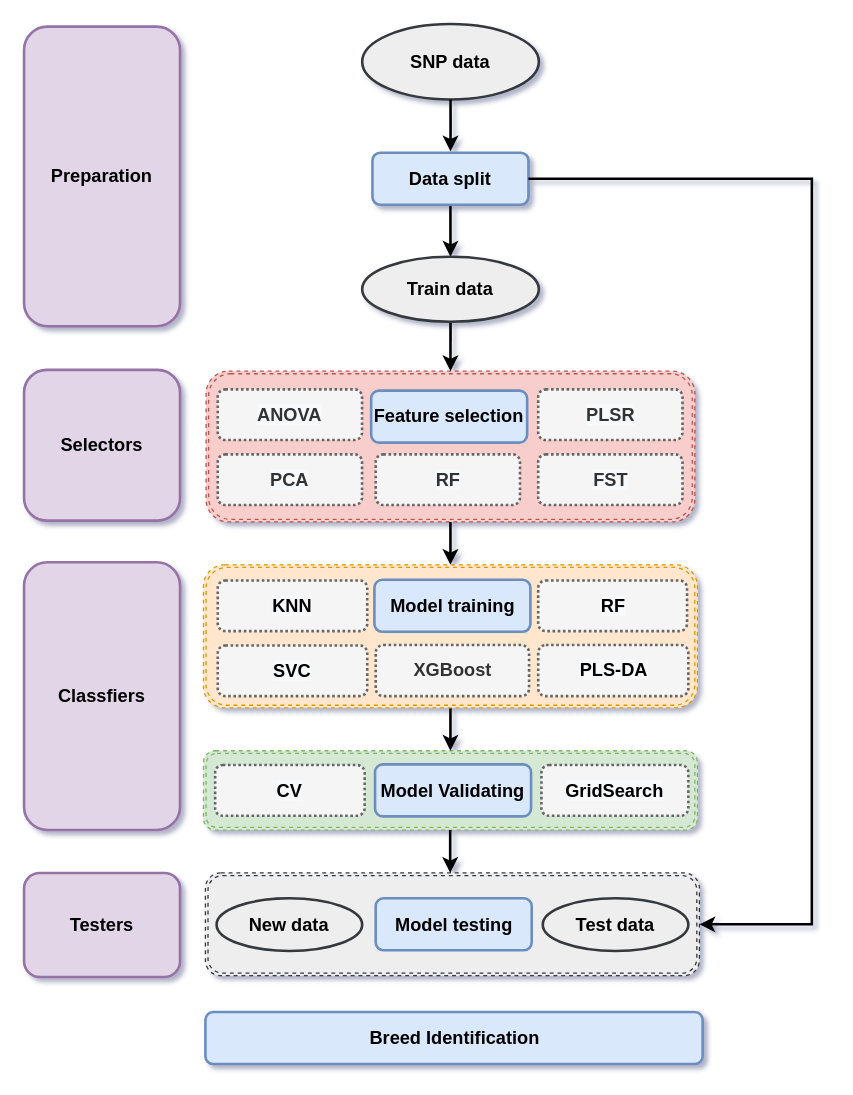
Earlier version of the draw.io diagram Breed_assignment_by_ML.drawio (guoyingwei6/Flow_Charts). Source tidied: cells renumbered, new cells numbered last; positions are measured from the earlier drawing's top-left corner, leaving out a move shared by most shapes. Both pictures are drawn from the tidied source at 130%, with x=0, y=0 at pixel (23, 23).
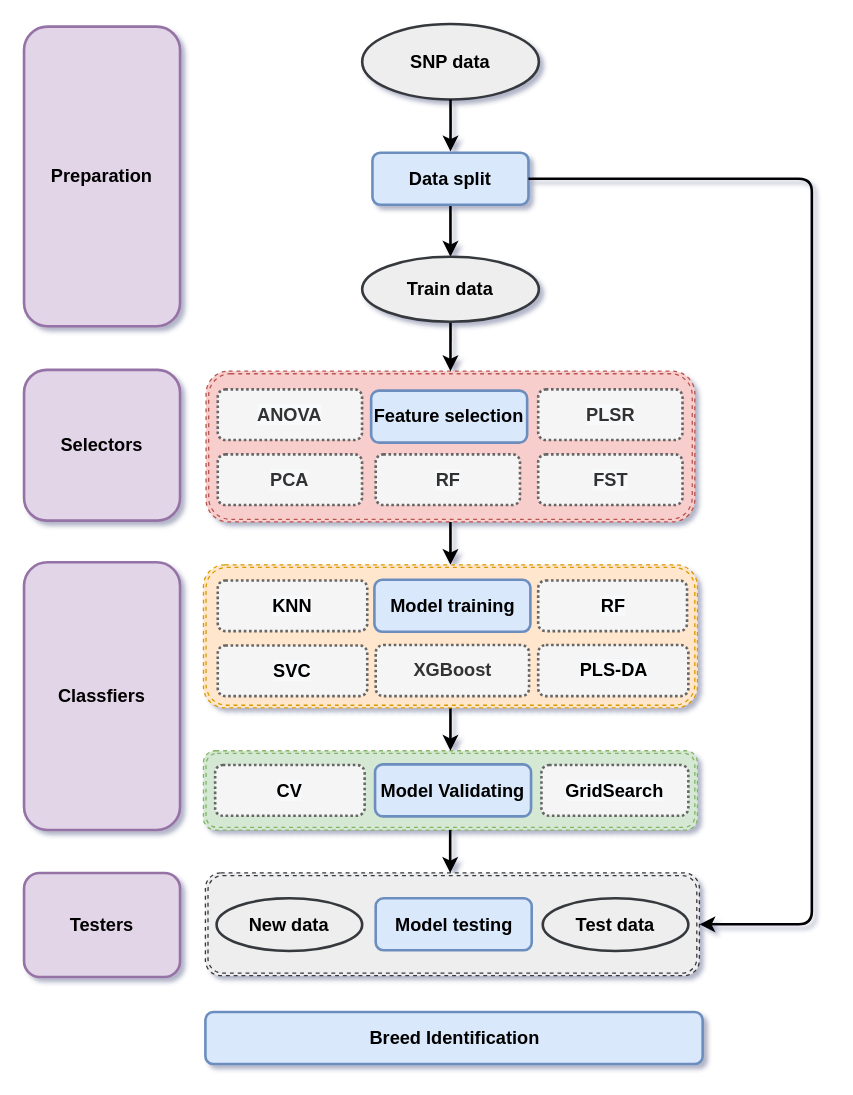
The same diagram, later.

The change refers to these unchanged cells:
```xml
<mxCell id="2" style="shape=ext;double=1;rounded=1;whiteSpace=wrap;html=1;fillColor=#eeeeee;dashed=1;strokeColor=#36393d;fontStyle=1;" parent="1" vertex="1">
  <mxGeometry x="139.5" y="653" width="380" height="79" as="geometry" />
</mxCell>
<mxCell id="8" value="Data split" style="rounded=1;whiteSpace=wrap;html=1;fontSize=14;glass=0;strokeWidth=2;shadow=0;fontStyle=1;fontFamily=Helvetica;fillColor=#dae8fc;strokeColor=#6c8ebf;" parent="1" vertex="1">
  <mxGeometry x="268" y="99" width="120" height="40" as="geometry" />
</mxCell>
```

What changed in the source:
```diff
@@
-    <mxCell id="32" style="edgeStyle=orthogonalEdgeStyle;rounded=0;jettySize=auto;html=1;fontSize=14;fontStyle=1;fontFamily=Helvetica;strokeWidth=2;exitX=1;exitY=0.5;exitDx=0;exitDy=0;entryX=1;entryY=0.5;entryDx=0;entryDy=0;" parent="1" edge="1" source="8" target="2">
+    <mxCell id="32" style="edgeStyle=orthogonalEdgeStyle;jettySize=auto;html=1;fontSize=14;fontStyle=1;fontFamily=Helvetica;strokeWidth=2;exitX=1;exitY=0.5;exitDx=0;exitDy=0;entryX=1;entryY=0.5;entryDx=0;entryDy=0;rounded=1;" parent="1" edge="1" source="8" target="2">
       <mxGeometry relative="1" as="geometry">
         <Array as="points">
           <mxPoint x="606" y="119" />
           <mxPoint x="606" y="693" />
           <mxPoint x="520" y="693" />
         </Array>
       </mxGeometry>
     </mxCell>
```
